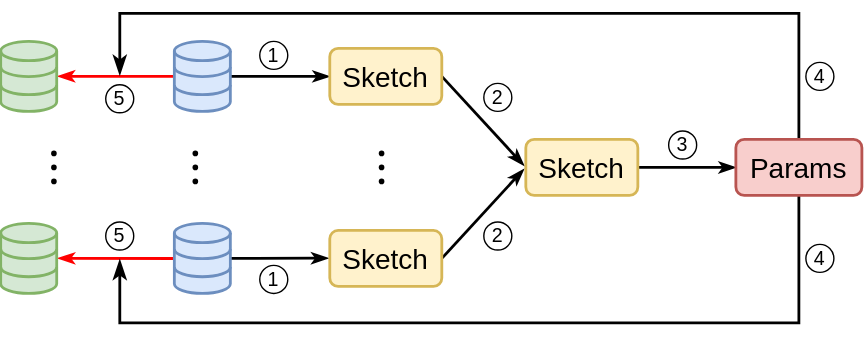
primihub/fedps keeps this draw.io diagram as doc/overview.svg. Above is the earlier version. Source tidied: cells renumbered, new cells last; positions are measured from the earlier drawing's top-left corner, leaving out a move shared by most shapes.
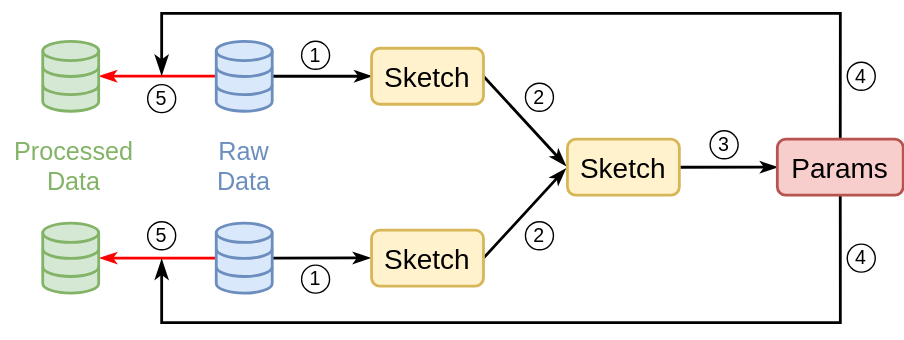
The same diagram one commit later.

The edit, as a diff of the source:
```diff
@@ -59,33 +59,6 @@
         </Array>
       </mxGeometry>
     </mxCell>
-    <mxCell id="15" style="shape=waypoint;sketch=0;fillStyle=solid;size=6;fillColor=none;perimeter=centerPerimeter;strokeWidth=0;" parent="1" vertex="1">
-      <mxGeometry x="129" y="90" width="20" height="20" as="geometry" />
-    </mxCell>
-    <mxCell id="16" style="shape=waypoint;sketch=0;fillStyle=solid;size=6;fillColor=none;perimeter=centerPerimeter;strokeWidth=0;" parent="1" vertex="1">
-      <mxGeometry x="129" y="100" width="20" height="20" as="geometry" />
-    </mxCell>
-    <mxCell id="17" style="shape=waypoint;sketch=0;fillStyle=solid;size=6;fillColor=none;perimeter=centerPerimeter;strokeWidth=0;" parent="1" vertex="1">
-      <mxGeometry x="129" y="110" width="20" height="20" as="geometry" />
-    </mxCell>
-    <mxCell id="18" style="shape=waypoint;sketch=0;fillStyle=solid;size=6;fillColor=none;perimeter=centerPerimeter;strokeWidth=0;" parent="1" vertex="1">
-      <mxGeometry x="262" y="90" width="20" height="20" as="geometry" />
-    </mxCell>
-    <mxCell id="19" style="shape=waypoint;sketch=0;fillStyle=solid;size=6;fillColor=none;perimeter=centerPerimeter;strokeWidth=0;" parent="1" vertex="1">
-      <mxGeometry x="262" y="100" width="20" height="20" as="geometry" />
-    </mxCell>
-    <mxCell id="20" style="shape=waypoint;sketch=0;fillStyle=solid;size=6;fillColor=none;perimeter=centerPerimeter;strokeWidth=0;" parent="1" vertex="1">
-      <mxGeometry x="262" y="110" width="20" height="20" as="geometry" />
-    </mxCell>
-    <mxCell id="21" style="shape=waypoint;sketch=0;fillStyle=solid;size=6;fillColor=none;perimeter=centerPerimeter;strokeWidth=0;" parent="1" vertex="1">
-      <mxGeometry x="28" y="90" width="20" height="20" as="geometry" />
-    </mxCell>
-    <mxCell id="22" style="shape=waypoint;sketch=0;fillStyle=solid;size=6;fillColor=none;perimeter=centerPerimeter;strokeWidth=0;" parent="1" vertex="1">
-      <mxGeometry x="28" y="100" width="20" height="20" as="geometry" />
-    </mxCell>
-    <mxCell id="23" style="shape=waypoint;sketch=0;fillStyle=solid;size=6;fillColor=none;perimeter=centerPerimeter;strokeWidth=0;" parent="1" vertex="1">
-      <mxGeometry x="28" y="110" width="20" height="20" as="geometry" />
-    </mxCell>
     <mxCell id="24" style="html=1;verticalLabelPosition=bottom;align=center;labelBackgroundColor=#ffffff;verticalAlign=top;strokeWidth=2;strokeColor=#6c8ebf;shadow=0;dashed=0;shape=mxgraph.ios7.icons.data;fillColor=#dae8fc;" parent="1" vertex="1">
       <mxGeometry x="124" y="150" width="40" height="50" as="geometry" />
     </mxCell>
@@ -125,5 +98,11 @@
     <mxCell id="36" value="&lt;font style=&quot;font-size: 14px;&quot;&gt;5&lt;/font&gt;" style="ellipse;whiteSpace=wrap;html=1;strokeColor=#000000;fontColor=#000000;fontSize=14;" parent="1" vertex="1">
       <mxGeometry x="75" y="149" width="20" height="20" as="geometry" />
     </mxCell>
+    <mxCell id="37" value="Raw Data" style="text;html=1;align=center;verticalAlign=middle;whiteSpace=wrap;rounded=0;fontSize=18;fontColor=#6C8EBF;" parent="1" vertex="1">
+      <mxGeometry x="114" y="81.2" width="60" height="57.5" as="geometry" />
+    </mxCell>
+    <mxCell id="38" value="Processed Data" style="text;html=1;align=center;verticalAlign=middle;whiteSpace=wrap;rounded=0;fontSize=18;fontColor=#82B366;" parent="1" vertex="1">
+      <mxGeometry x="-30" y="82.5" width="105" height="55" as="geometry" />
+    </mxCell>
   </root>
 </mxGraphModel>
```
